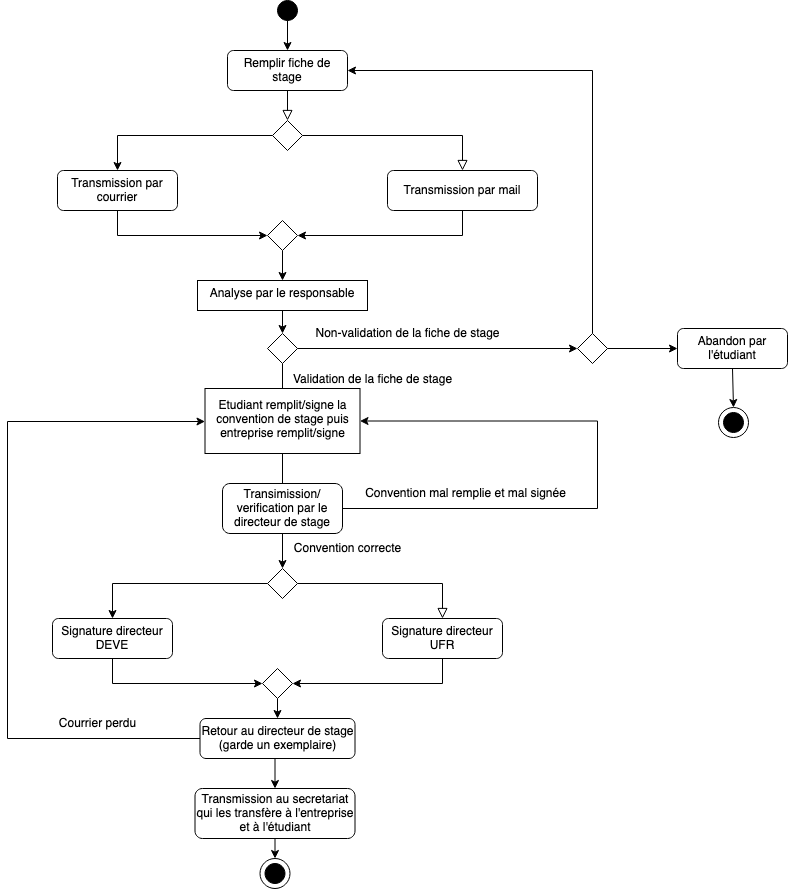
Earlier version of the draw.io export scenario.drawio.png (adamspd/outils-ingenierie). Source tidied: cells renumbered, new cells last; positions are measured from the earlier drawing's top-left corner, leaving out a move shared by most shapes.
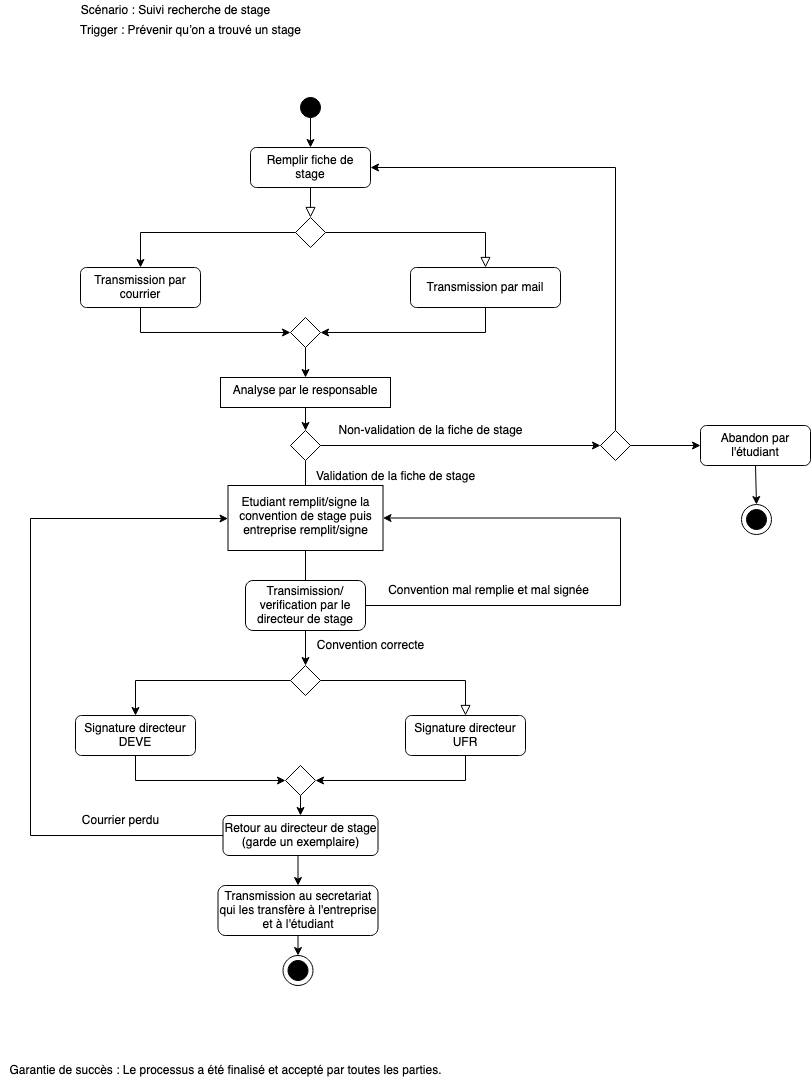
The same file after the commit.

The edit, as a diff of the source:
```diff
@@ -178,5 +178,14 @@
     <mxCell id="52" style="ellipse;whiteSpace=wrap;html=1;fontSize=12;fillColor=none;" parent="1" vertex="1">
       <mxGeometry x="711" y="407" width="30" height="30" as="geometry" />
     </mxCell>
+    <mxCell id="53" value="Trigger : Prévenir qu’on a trouvé un stage" style="text;html=1;align=center;verticalAlign=middle;strokeColor=none;fillColor=none;" parent="1" vertex="1">
+      <mxGeometry x="40" y="-77" width="240" height="20" as="geometry" />
+    </mxCell>
+    <mxCell id="54" value="Scénario : Suivi recherche de stage" style="text;html=1;align=center;verticalAlign=middle;strokeColor=none;fillColor=none;" parent="1" vertex="1">
+      <mxGeometry x="45" y="-97" width="200" height="20" as="geometry" />
+    </mxCell>
+    <mxCell id="55" value="Garantie de succès : Le processus a été finalisé et accepté par toutes les parties." style="text;html=1;align=center;verticalAlign=middle;strokeColor=none;fillColor=none;" parent="1" vertex="1">
+      <mxGeometry x="-30" y="963" width="450" height="20" as="geometry" />
+    </mxCell>
   </root>
 </mxGraphModel>
```
